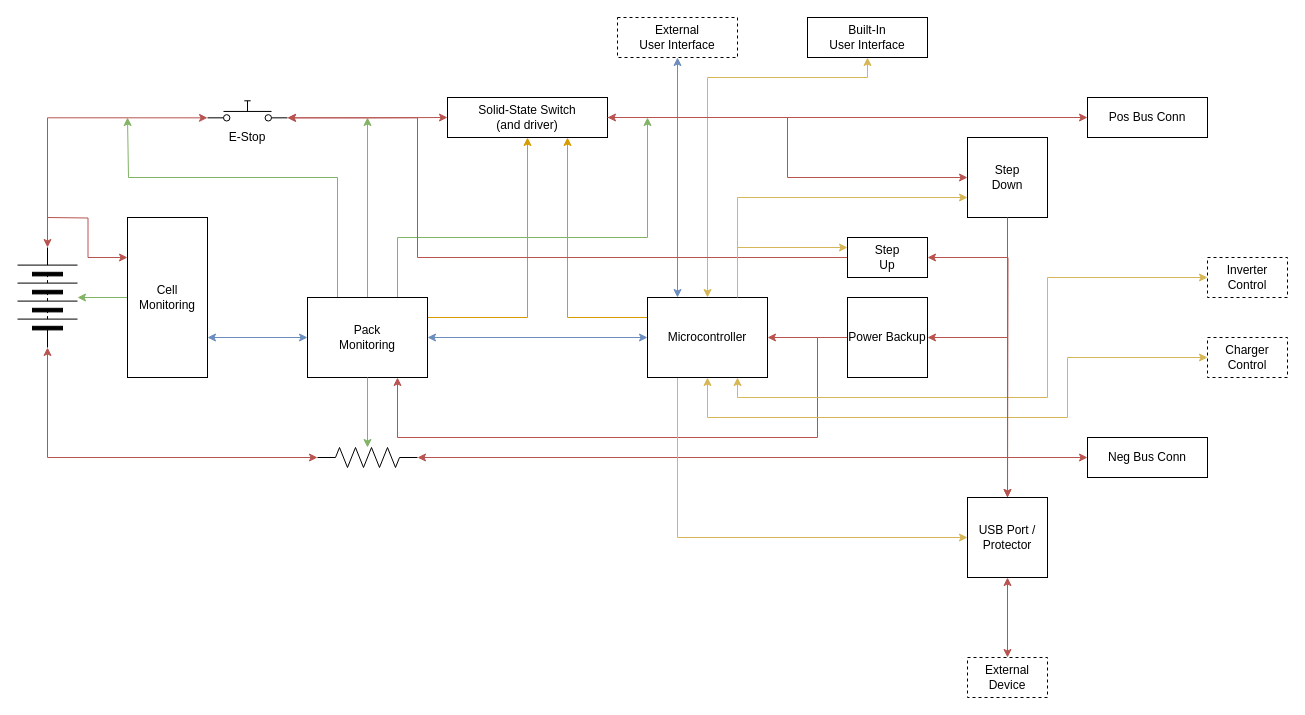
Before: hardware/hardware_block_diagram.drawio in EmperorSmith/HomePowerBank, a draw.io diagram. Source tidied: cells renumbered, new cells numbered last; positions are measured from the earlier drawing's top-left corner, leaving out a move shared by most shapes. Both pictures are drawn from the tidied source at 100%, with x=0, y=0 at pixel (17, 17).
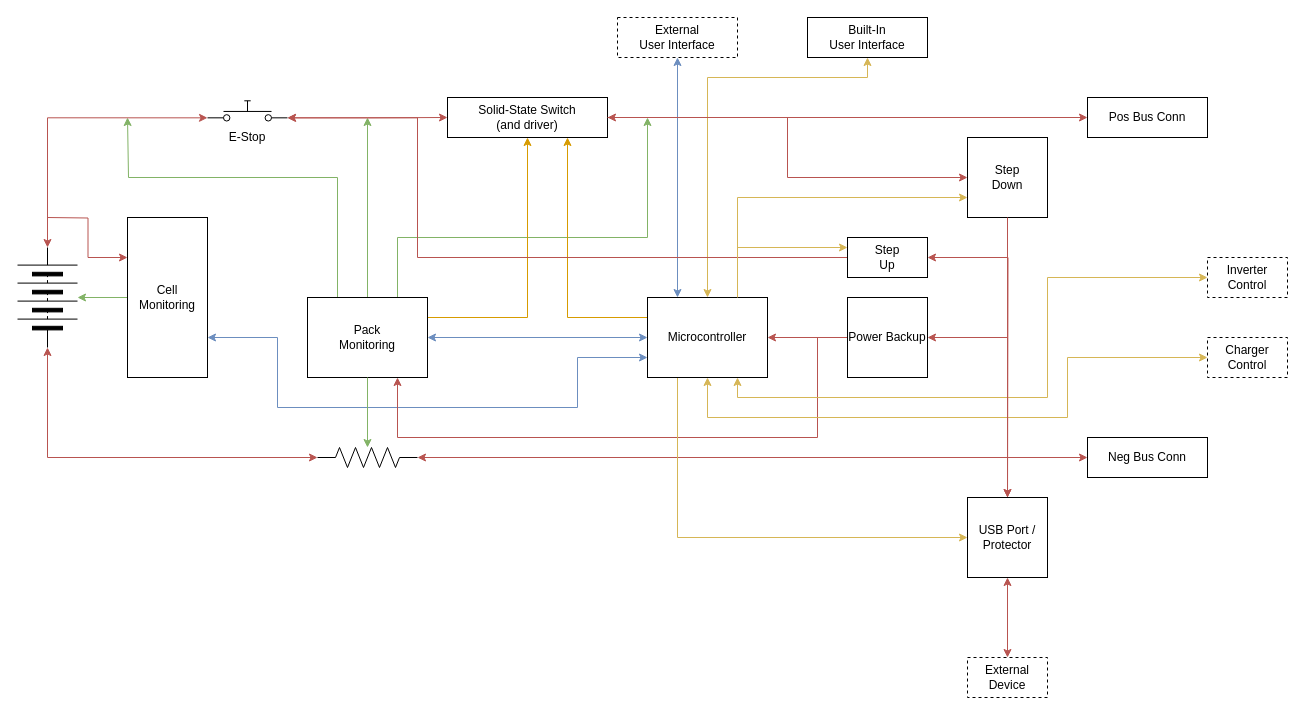
The same page after the edit.

Unchanged cells that the change refers to:
```xml
<mxCell id="4" value="Cell&lt;div&gt;Monitoring&lt;/div&gt;" style="rounded=0;whiteSpace=wrap;html=1;" parent="1" vertex="1">
  <mxGeometry x="110" y="200" width="80" height="160" as="geometry" />
</mxCell>
<mxCell id="13" value="Pack&lt;div&gt;Monitoring&lt;/div&gt;" style="rounded=0;whiteSpace=wrap;html=1;" parent="1" vertex="1">
  <mxGeometry x="290" y="280" width="120" height="80" as="geometry" />
</mxCell>
<mxCell id="33" value="Microcontroller" style="rounded=0;whiteSpace=wrap;html=1;" parent="1" vertex="1">
  <mxGeometry x="630" y="280" width="120" height="80" as="geometry" />
</mxCell>
```

Change to the diagram source:
```diff
@@
-    <mxCell id="7" style="edgeStyle=orthogonalEdgeStyle;rounded=0;jettySize=auto;html=1;exitX=0;exitY=0.5;exitDx=0;exitDy=0;entryX=1;entryY=0.75;entryDx=0;entryDy=0;startArrow=classic;startFill=1;fillColor=#dae8fc;strokeColor=#6c8ebf;" parent="1" edge="1" source="13" target="4">
-      <mxGeometry relative="1" as="geometry" />
+    <mxCell id="7" style="edgeStyle=orthogonalEdgeStyle;rounded=0;jettySize=auto;html=1;exitX=0;exitY=0.75;exitDx=0;exitDy=0;entryX=1;entryY=0.75;entryDx=0;entryDy=0;startArrow=classic;startFill=1;fillColor=#dae8fc;strokeColor=#6c8ebf;" parent="1" edge="1" source="33" target="4">
+      <mxGeometry relative="1" as="geometry">
+        <Array as="points">
+          <mxPoint x="560" y="340" />
+          <mxPoint x="560" y="390" />
+          <mxPoint x="260" y="390" />
+          <mxPoint x="260" y="320" />
+        </Array>
+      </mxGeometry>
     </mxCell>
```
